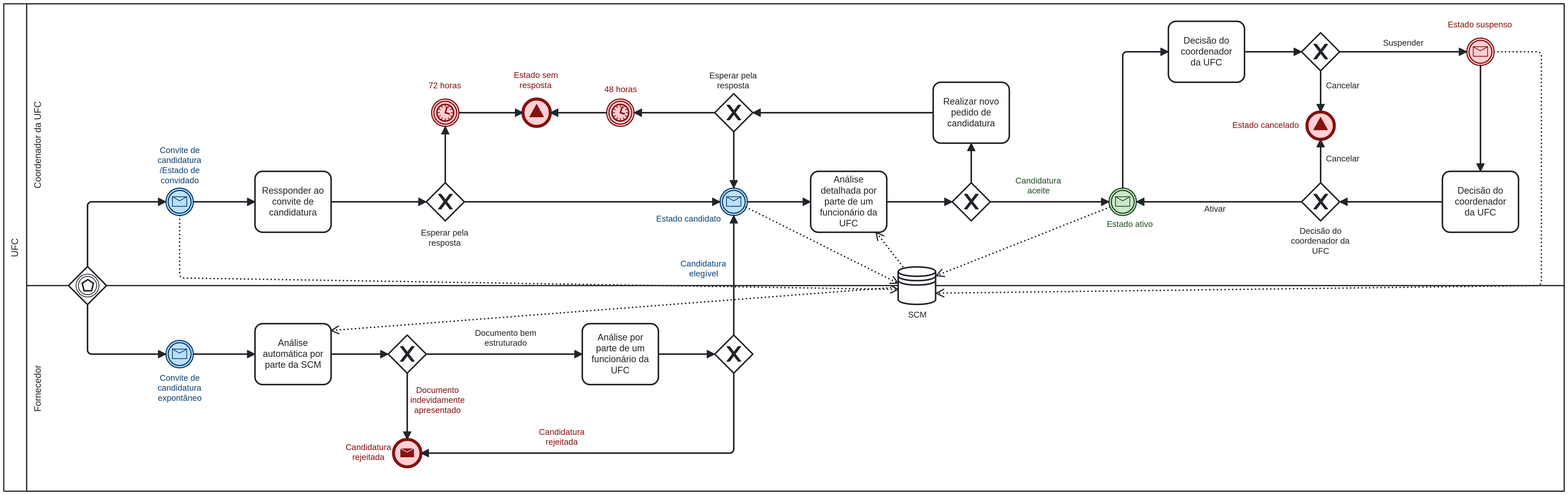
joserlopes/AMS-SuperShop keeps this BPMN diagram as P1.png. Above is the earlier version. Its source is kept beside it as P1.bpmn. Ids are renumbered.
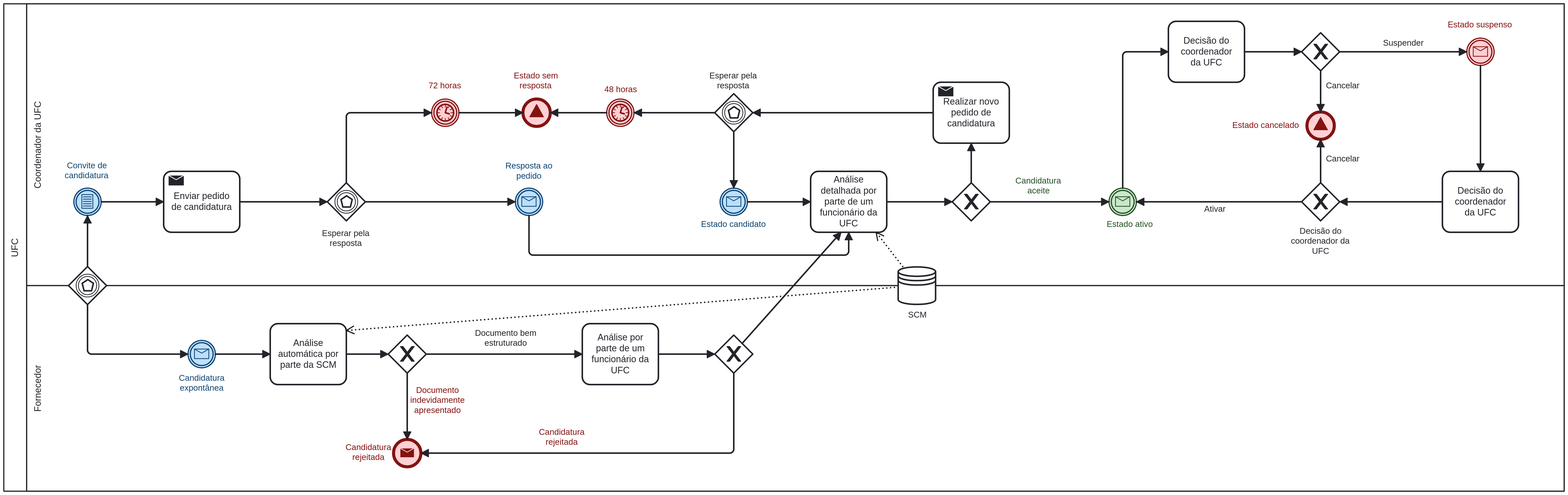
Later version of the same file.

Commit message:
P1 pretty much done.

Change to the diagram source:
```diff
@@ -1,2 +1,2 @@
-<bpmn:definitions xmlns:bpmn="http://www.omg.org/spec/BPMN/20100524/MODEL" xmlns:bpmndi="http://www.omg.org/spec/BPMN/20100524/DI" xmlns:dc="http://www.omg.org/spec/DD/20100524/DC" xmlns:camunda="http://camunda.org/schema/1.0/bpmn" xmlns:di="http://www.omg.org/spec/DD/20100524/DI" xmlns:bioc="http://bpmn.io/schema/bpmn/biocolor/1.0" xmlns:color="http://www.omg.org/spec/BPMN/non-normative/color/1.0" xmlns:modeler="http://camunda.org/schema/modeler/1.0" id="Definitions_n1" targetNamespace="http://bpmn.io/schema/bpmn" exporter="Camunda Modeler" exporterVersion="5.17.0" modeler:executionPlatform="Camunda Platform" modeler:executionPlatformVersion="7.20.0">
+<bpmn:definitions xmlns:bpmn="http://www.omg.org/spec/BPMN/20100524/MODEL" xmlns:bpmndi="http://www.omg.org/spec/BPMN/20100524/DI" xmlns:dc="http://www.omg.org/spec/DD/20100524/DC" xmlns:camunda="http://camunda.org/schema/1.0/bpmn" xmlns:di="http://www.omg.org/spec/DD/20100524/DI" xmlns:bioc="http://bpmn.io/schema/bpmn/biocolor/1.0" xmlns:color="http://www.omg.org/spec/BPMN/non-normative/color/1.0" xmlns:xsi="http://www.w3.org/2001/XMLSchema-instance" xmlns:modeler="http://camunda.org/schema/modeler/1.0" id="Definitions_n1" targetNamespace="http://bpmn.io/schema/bpmn" exporter="Camunda Modeler" exporterVersion="5.17.0" modeler:executionPlatform="Camunda Platform" modeler:executionPlatformVersion="7.20.0">
   <bpmn:collaboration id="Collaboration_n2">
@@ -7,4 +7,2 @@
       <bpmn:lane id="Lane_n6" name="Fornecedor">
-        <bpmn:flowNodeRef>Event_n7</bpmn:flowNodeRef>
-        <bpmn:flowNodeRef>Activity_n8</bpmn:flowNodeRef>
         <bpmn:flowNodeRef>Activity_n9</bpmn:flowNodeRef>
@@ -13,2 +11,4 @@
         <bpmn:flowNodeRef>Event_n12</bpmn:flowNodeRef>
+        <bpmn:flowNodeRef>Activity_n8</bpmn:flowNodeRef>
+        <bpmn:flowNodeRef>Event_n7</bpmn:flowNodeRef>
       </bpmn:lane>
@@ -19,10 +19,5 @@
         <bpmn:flowNodeRef>Event_n17</bpmn:flowNodeRef>
-        <bpmn:flowNodeRef>Gateway_n18</bpmn:flowNodeRef>
         <bpmn:flowNodeRef>Event_n19</bpmn:flowNodeRef>
-        <bpmn:flowNodeRef>Gateway_n20</bpmn:flowNodeRef>
         <bpmn:flowNodeRef>Gateway_n21</bpmn:flowNodeRef>
         <bpmn:flowNodeRef>Event_n22</bpmn:flowNodeRef>
-        <bpmn:flowNodeRef>Activity_n23</bpmn:flowNodeRef>
-        <bpmn:flowNodeRef>Activity_n24</bpmn:flowNodeRef>
-        <bpmn:flowNodeRef>StartEvent_1</bpmn:flowNodeRef>
         <bpmn:flowNodeRef>Activity_n25</bpmn:flowNodeRef>
@@ -33,18 +28,10 @@
         <bpmn:flowNodeRef>Activity_n30</bpmn:flowNodeRef>
+        <bpmn:flowNodeRef>Gateway_n18</bpmn:flowNodeRef>
+        <bpmn:flowNodeRef>Activity_n24</bpmn:flowNodeRef>
+        <bpmn:flowNodeRef>StartEvent_1</bpmn:flowNodeRef>
+        <bpmn:flowNodeRef>Activity_n23</bpmn:flowNodeRef>
+        <bpmn:flowNodeRef>Gateway_n20</bpmn:flowNodeRef>
+        <bpmn:flowNodeRef>Event_n81</bpmn:flowNodeRef>
       </bpmn:lane>
     </bpmn:laneSet>
-    <bpmn:intermediateCatchEvent id="Event_n7" name="Convite de candidatura expontâneo">
-      <bpmn:incoming>Flow_n31</bpmn:incoming>
-      <bpmn:outgoing>Flow_n32</bpmn:outgoing>
-      <bpmn:messageEventDefinition id="MessageEventDefinition_n33" />
-    </bpmn:intermediateCatchEvent>
-    <bpmn:task id="Activity_n8" name="Análise automática por parte da SCM">
-      <bpmn:incoming>Flow_n32</bpmn:incoming>
-      <bpmn:outgoing>Flow_n34</bpmn:outgoing>
-      <bpmn:property id="Property_n35" name="__targetRef_placeholder" />
-      <bpmn:dataInputAssociation id="DataInputAssociation_n36">
-        <bpmn:sourceRef>DataStoreReference_n37</bpmn:sourceRef>
-        <bpmn:targetRef>Property_n35</bpmn:targetRef>
-      </bpmn:dataInputAssociation>
-    </bpmn:task>
     <bpmn:task id="Activity_n9" name="Análise por parte de um funcionário da UFC">
@@ -56,3 +43,3 @@
       <bpmn:outgoing>Flow_n40</bpmn:outgoing>
-      <bpmn:outgoing>Flow_n41</bpmn:outgoing>
+      <bpmn:outgoing>Flow_n82</bpmn:outgoing>
     </bpmn:exclusiveGateway>
@@ -74,7 +61,7 @@
     <bpmn:sequenceFlow id="Flow_n40" name="Candidatura rejeitada" sourceRef="Gateway_n10" targetRef="Event_n12" />
-    <bpmn:sequenceFlow id="Flow_n41" name="Candidatura elegível" sourceRef="Gateway_n10" targetRef="Event_n15" />
     <bpmn:sequenceFlow id="Flow_n42" name="Documento indevidamente apresentado" sourceRef="Gateway_n11" targetRef="Event_n12" />
-    <bpmn:sequenceFlow id="Flow_n45" sourceRef="Gateway_n44" targetRef="StartEvent_1" />
     <bpmn:task id="Activity_n14" name="Análise detalhada por parte de um funcionário da UFC">
       <bpmn:incoming>Flow_n46</bpmn:incoming>
+      <bpmn:incoming>Flow_n83</bpmn:incoming>
+      <bpmn:incoming>Flow_n82</bpmn:incoming>
       <bpmn:outgoing>Flow_n47</bpmn:outgoing>
@@ -87,9 +74,4 @@
     <bpmn:intermediateCatchEvent id="Event_n15" name="Estado candidato">
-      <bpmn:incoming>Flow_n50</bpmn:incoming>
       <bpmn:incoming>Flow_n51</bpmn:incoming>
-      <bpmn:incoming>Flow_n41</bpmn:incoming>
       <bpmn:outgoing>Flow_n46</bpmn:outgoing>
-      <bpmn:dataOutputAssociation id="DataOutputAssociation_n52">
-        <bpmn:targetRef>DataStoreReference_n37</bpmn:targetRef>
-      </bpmn:dataOutputAssociation>
       <bpmn:messageEventDefinition id="MessageEventDefinition_n53" />
@@ -106,7 +88,2 @@
     </bpmn:intermediateCatchEvent>
-    <bpmn:exclusiveGateway id="Gateway_n18" name="Esperar pela resposta">
-      <bpmn:incoming>Flow_n59</bpmn:incoming>
-      <bpmn:outgoing>Flow_n60</bpmn:outgoing>
-      <bpmn:outgoing>Flow_n51</bpmn:outgoing>
-    </bpmn:exclusiveGateway>
     <bpmn:intermediateCatchEvent id="Event_n19" name="48 horas">
@@ -116,7 +93,2 @@
     </bpmn:intermediateCatchEvent>
-    <bpmn:exclusiveGateway id="Gateway_n20" name="Esperar pela resposta">
-      <bpmn:incoming>Flow_n62</bpmn:incoming>
-      <bpmn:outgoing>Flow_n50</bpmn:outgoing>
-      <bpmn:outgoing>Flow_n57</bpmn:outgoing>
-    </bpmn:exclusiveGateway>
     <bpmn:exclusiveGateway id="Gateway_n21">
@@ -130,22 +102,3 @@
       <bpmn:outgoing>Flow_n66</bpmn:outgoing>
-      <bpmn:dataOutputAssociation id="DataOutputAssociation_n67">
-        <bpmn:targetRef>DataStoreReference_n37</bpmn:targetRef>
-      </bpmn:dataOutputAssociation>
       <bpmn:messageEventDefinition id="MessageEventDefinition_n68" />
-    </bpmn:intermediateCatchEvent>
-    <bpmn:task id="Activity_n23" name="Ressponder ao convite de candidatura">
-      <bpmn:incoming>Flow_n69</bpmn:incoming>
-      <bpmn:outgoing>Flow_n62</bpmn:outgoing>
-    </bpmn:task>
-    <bpmn:task id="Activity_n24" name="Realizar novo pedido de candidatura">
-      <bpmn:incoming>Flow_n64</bpmn:incoming>
-      <bpmn:outgoing>Flow_n59</bpmn:outgoing>
-    </bpmn:task>
-    <bpmn:intermediateCatchEvent id="StartEvent_1" name="Convite de candidatura /Estado de convidado">
-      <bpmn:incoming>Flow_n45</bpmn:incoming>
-      <bpmn:outgoing>Flow_n69</bpmn:outgoing>
-      <bpmn:dataOutputAssociation id="DataOutputAssociation_n70">
-        <bpmn:targetRef>DataStoreReference_n37</bpmn:targetRef>
-      </bpmn:dataOutputAssociation>
-      <bpmn:messageEventDefinition id="MessageEventDefinition_n71" />
     </bpmn:intermediateCatchEvent>
@@ -153,4 +106,2 @@
     <bpmn:sequenceFlow id="Flow_n47" sourceRef="Activity_n14" targetRef="Gateway_n21" />
-    <bpmn:sequenceFlow id="Flow_n50" sourceRef="Gateway_n20" targetRef="Event_n15" />
-    <bpmn:sequenceFlow id="Flow_n51" sourceRef="Gateway_n18" targetRef="Event_n15" />
     <bpmn:sequenceFlow id="Flow_n54" sourceRef="Event_n17" targetRef="Event_n16" />
@@ -160,3 +111,2 @@
     <bpmn:sequenceFlow id="Flow_n60" sourceRef="Gateway_n18" targetRef="Event_n19" />
-    <bpmn:sequenceFlow id="Flow_n62" sourceRef="Activity_n23" targetRef="Gateway_n20" />
     <bpmn:sequenceFlow id="Flow_n63" name="Candidatura aceite" sourceRef="Gateway_n21" targetRef="Event_n22" />
@@ -189,5 +139,2 @@
       <bpmn:outgoing>Flow_n78</bpmn:outgoing>
-      <bpmn:dataOutputAssociation id="DataOutputAssociation_n79">
-        <bpmn:targetRef>DataStoreReference_n37</bpmn:targetRef>
-      </bpmn:dataOutputAssociation>
       <bpmn:messageEventDefinition id="MessageEventDefinition_n80" />
@@ -205,5 +152,55 @@
     <bpmn:eventBasedGateway id="Gateway_n44">
-      <bpmn:outgoing>Flow_n45</bpmn:outgoing>
       <bpmn:outgoing>Flow_n31</bpmn:outgoing>
+      <bpmn:outgoing>Flow_n84</bpmn:outgoing>
     </bpmn:eventBasedGateway>
+    <bpmn:eventBasedGateway id="Gateway_n18" name="Esperar pela resposta">
+      <bpmn:incoming>Flow_n59</bpmn:incoming>
+      <bpmn:outgoing>Flow_n60</bpmn:outgoing>
+      <bpmn:outgoing>Flow_n51</bpmn:outgoing>
+    </bpmn:eventBasedGateway>
+    <bpmn:sendTask id="Activity_n24" name="Realizar novo pedido de candidatura">
+      <bpmn:incoming>Flow_n64</bpmn:incoming>
+      <bpmn:outgoing>Flow_n59</bpmn:outgoing>
+    </bpmn:sendTask>
+    <bpmn:sequenceFlow id="Flow_n84" sourceRef="Gateway_n44" targetRef="StartEvent_1" />
+    <bpmn:intermediateCatchEvent id="StartEvent_1" name="Convite de candidatura">
+      <bpmn:incoming>Flow_n84</bpmn:incoming>
+      <bpmn:outgoing>Flow_n69</bpmn:outgoing>
+      <bpmn:conditionalEventDefinition id="ConditionalEventDefinition_n85">
+        <bpmn:condition xsi:type="bpmn:tFormalExpression" />
+      </bpmn:conditionalEventDefinition>
+    </bpmn:intermediateCatchEvent>
+    <bpmn:task id="Activity_n8" name="Análise automática por parte da SCM">
+      <bpmn:incoming>Flow_n32</bpmn:incoming>
+      <bpmn:outgoing>Flow_n34</bpmn:outgoing>
+      <bpmn:property id="Property_n35" name="__targetRef_placeholder" />
+      <bpmn:dataInputAssociation id="DataInputAssociation_n36">
+        <bpmn:sourceRef>DataStoreReference_n37</bpmn:sourceRef>
+        <bpmn:targetRef>Property_n35</bpmn:targetRef>
+      </bpmn:dataInputAssociation>
+    </bpmn:task>
+    <bpmn:sequenceFlow id="Flow_n86" sourceRef="Activity_n23" targetRef="Gateway_n20" />
+    <bpmn:sendTask id="Activity_n23" name="Enviar pedido de candidatura">
+      <bpmn:incoming>Flow_n69</bpmn:incoming>
+      <bpmn:outgoing>Flow_n86</bpmn:outgoing>
+    </bpmn:sendTask>
+    <bpmn:intermediateCatchEvent id="Event_n7" name="Candidatura expontânea">
+      <bpmn:incoming>Flow_n31</bpmn:incoming>
+      <bpmn:outgoing>Flow_n32</bpmn:outgoing>
+      <bpmn:messageEventDefinition id="MessageEventDefinition_n33" />
+    </bpmn:intermediateCatchEvent>
+    <bpmn:sequenceFlow id="Flow_n51" sourceRef="Gateway_n18" targetRef="Event_n15" />
+    <bpmn:eventBasedGateway id="Gateway_n20" name="Esperar pela resposta">
+      <bpmn:incoming>Flow_n86</bpmn:incoming>
+      <bpmn:outgoing>Flow_n57</bpmn:outgoing>
+      <bpmn:outgoing>Flow_n87</bpmn:outgoing>
+    </bpmn:eventBasedGateway>
+    <bpmn:sequenceFlow id="Flow_n87" sourceRef="Gateway_n20" targetRef="Event_n81" />
+    <bpmn:intermediateCatchEvent id="Event_n81" name="Resposta ao pedido">
+      <bpmn:incoming>Flow_n87</bpmn:incoming>
+      <bpmn:outgoing>Flow_n83</bpmn:outgoing>
+      <bpmn:messageEventDefinition id="MessageEventDefinition_n88" />
+    </bpmn:intermediateCatchEvent>
+    <bpmn:sequenceFlow id="Flow_n83" sourceRef="Event_n81" targetRef="Activity_n14" />
+    <bpmn:sequenceFlow id="Flow_n82" sourceRef="Gateway_n10" targetRef="Activity_n14" />
   </bpmn:process>
@@ -215,6 +212,2 @@
       </bpmndi:BPMNShape>
-      <bpmndi:BPMNShape id="Lane_n6_di" bpmnElement="Lane_n6" isHorizontal="true">
-        <dc:Bounds x="190" y="490" width="2020" height="270" />
-        <bpmndi:BPMNLabel />
-      </bpmndi:BPMNShape>
       <bpmndi:BPMNShape id="Lane_n13_di" bpmnElement="Lane_n13" isHorizontal="true">
@@ -223,10 +216,4 @@
       </bpmndi:BPMNShape>
-      <bpmndi:BPMNShape id="Event_1tdvj25_di" bpmnElement="Event_n7" bioc:stroke="#0d4372" bioc:fill="#bbdefb" color:background-color="#bbdefb" color:border-color="#0d4372">
-        <dc:Bounds x="373" y="562" width="36" height="36" />
-        <bpmndi:BPMNLabel>
-          <dc:Bounds x="362" y="605" width="59" height="40" />
-        </bpmndi:BPMNLabel>
-      </bpmndi:BPMNShape>
-      <bpmndi:BPMNShape id="Activity_n8_di" bpmnElement="Activity_n8">
-        <dc:Bounds x="490" y="540" width="100" height="80" />
+      <bpmndi:BPMNShape id="Lane_n6_di" bpmnElement="Lane_n6" isHorizontal="true">
+        <dc:Bounds x="190" y="490" width="2020" height="270" />
         <bpmndi:BPMNLabel />
@@ -256,3 +243,3 @@
         <bpmndi:BPMNLabel>
-          <dc:Bounds x="1017" y="396" width="86" height="14" />
+          <dc:Bounds x="1076" y="403" width="86" height="14" />
         </bpmndi:BPMNLabel>
@@ -271,8 +258,2 @@
       </bpmndi:BPMNShape>
-      <bpmndi:BPMNShape id="Gateway_n18_di" bpmnElement="Gateway_n18" isMarkerVisible="true">
-        <dc:Bounds x="1094" y="238" width="50" height="50" />
-        <bpmndi:BPMNLabel>
-          <dc:Bounds x="1087" y="208" width="64" height="27" />
-        </bpmndi:BPMNLabel>
-      </bpmndi:BPMNShape>
       <bpmndi:BPMNShape id="Event_14m5e1r_di" bpmnElement="Event_n19" bioc:stroke="#831311" bioc:fill="#ffcdd2" color:background-color="#ffcdd2" color:border-color="#831311">
@@ -281,8 +262,2 @@
           <dc:Bounds x="949" y="226" width="44" height="14" />
-        </bpmndi:BPMNLabel>
-      </bpmndi:BPMNShape>
-      <bpmndi:BPMNShape id="Gateway_1xsefir_di" bpmnElement="Gateway_n20" isMarkerVisible="true">
-        <dc:Bounds x="715" y="355" width="50" height="50" />
-        <bpmndi:BPMNLabel>
-          <dc:Bounds x="708" y="414.5" width="64" height="27" />
         </bpmndi:BPMNLabel>
@@ -296,16 +271,2 @@
           <dc:Bounds x="1609" y="403" width="61" height="14" />
-        </bpmndi:BPMNLabel>
-      </bpmndi:BPMNShape>
-      <bpmndi:BPMNShape id="Activity_n23_di" bpmnElement="Activity_n23">
-        <dc:Bounds x="490" y="340" width="100" height="80" />
-        <bpmndi:BPMNLabel />
-      </bpmndi:BPMNShape>
-      <bpmndi:BPMNShape id="Activity_n24_di" bpmnElement="Activity_n24">
-        <dc:Bounds x="1381" y="223" width="100" height="80" />
-        <bpmndi:BPMNLabel />
-      </bpmndi:BPMNShape>
-      <bpmndi:BPMNShape id="Event_1swf7i8_di" bpmnElement="StartEvent_1" bioc:stroke="#0d4372" bioc:fill="#bbdefb" color:background-color="#bbdefb" color:border-color="#0d4372">
-        <dc:Bounds x="373" y="362" width="36" height="36" />
-        <bpmndi:BPMNLabel>
-          <dc:Bounds x="362" y="306" width="59" height="53" />
         </bpmndi:BPMNLabel>
@@ -353,2 +314,43 @@
       </bpmndi:BPMNShape>
+      <bpmndi:BPMNShape id="Gateway_19qhmq2_di" bpmnElement="Gateway_n18">
+        <dc:Bounds x="1094" y="238" width="50" height="50" />
+        <bpmndi:BPMNLabel>
+          <dc:Bounds x="1087" y="208" width="64" height="27" />
+        </bpmndi:BPMNLabel>
+      </bpmndi:BPMNShape>
+      <bpmndi:BPMNShape id="Activity_1vvp4fo_di" bpmnElement="Activity_n24">
+        <dc:Bounds x="1381" y="223" width="100" height="80" />
+      </bpmndi:BPMNShape>
+      <bpmndi:BPMNShape id="Event_1srlce8_di" bpmnElement="StartEvent_1" bioc:stroke="#0d4372" bioc:fill="#bbdefb" color:background-color="#bbdefb" color:border-color="#0d4372">
+        <dc:Bounds x="252" y="362" width="36" height="36" />
+        <bpmndi:BPMNLabel>
+          <dc:Bounds x="240" y="326" width="59" height="27" />
+        </bpmndi:BPMNLabel>
+      </bpmndi:BPMNShape>
+      <bpmndi:BPMNShape id="Activity_n8_di" bpmnElement="Activity_n8">
+        <dc:Bounds x="510" y="540" width="100" height="80" />
+        <bpmndi:BPMNLabel />
+      </bpmndi:BPMNShape>
+      <bpmndi:BPMNShape id="Activity_1u8kdul_di" bpmnElement="Activity_n23">
+        <dc:Bounds x="370" y="340" width="100" height="80" />
+        <bpmndi:BPMNLabel />
+      </bpmndi:BPMNShape>
+      <bpmndi:BPMNShape id="Event_1tdvj25_di" bpmnElement="Event_n7" bioc:stroke="#0d4372" bioc:fill="#bbdefb" color:background-color="#bbdefb" color:border-color="#0d4372">
+        <dc:Bounds x="402" y="562" width="36" height="36" />
+        <bpmndi:BPMNLabel>
+          <dc:Bounds x="390" y="605" width="61" height="27" />
+        </bpmndi:BPMNLabel>
+      </bpmndi:BPMNShape>
+      <bpmndi:BPMNShape id="Gateway_10vw59i_di" bpmnElement="Gateway_n20">
+        <dc:Bounds x="585" y="355" width="50" height="50" />
+        <bpmndi:BPMNLabel>
+          <dc:Bounds x="578" y="415" width="64" height="27" />
+        </bpmndi:BPMNLabel>
+      </bpmndi:BPMNShape>
+      <bpmndi:BPMNShape id="Event_n81_di" bpmnElement="Event_n81" bioc:stroke="#0d4372" bioc:fill="#bbdefb" color:background-color="#bbdefb" color:border-color="#0d4372">
+        <dc:Bounds x="832" y="362" width="36" height="36" />
+        <bpmndi:BPMNLabel>
+          <dc:Bounds x="819" y="326.5" width="62" height="27" />
+        </bpmndi:BPMNLabel>
+      </bpmndi:BPMNShape>
       <bpmndi:BPMNEdge id="Flow_n31_di" bpmnElement="Flow_n31">
@@ -356,10 +358,10 @@
         <di:waypoint x="270" y="580" />
-        <di:waypoint x="373" y="580" />
+        <di:waypoint x="402" y="580" />
       </bpmndi:BPMNEdge>
       <bpmndi:BPMNEdge id="Flow_n32_di" bpmnElement="Flow_n32">
-        <di:waypoint x="409" y="580" />
-        <di:waypoint x="490" y="580" />
+        <di:waypoint x="438" y="580" />
+        <di:waypoint x="510" y="580" />
       </bpmndi:BPMNEdge>
       <bpmndi:BPMNEdge id="Flow_n34_di" bpmnElement="Flow_n34">
-        <di:waypoint x="590" y="580" />
+        <di:waypoint x="610" y="580" />
         <di:waypoint x="665" y="580" />
@@ -385,9 +387,2 @@
       </bpmndi:BPMNEdge>
-      <bpmndi:BPMNEdge id="Flow_n41_di" bpmnElement="Flow_n41">
-        <di:waypoint x="1119" y="555" />
-        <di:waypoint x="1119" y="398" />
-        <bpmndi:BPMNLabel color:color="#0d4372">
-          <dc:Bounds x="1049" y="455" width="61" height="27" />
-        </bpmndi:BPMNLabel>
-      </bpmndi:BPMNEdge>
       <bpmndi:BPMNEdge id="Flow_n42_di" bpmnElement="Flow_n42">
@@ -398,7 +393,2 @@
         </bpmndi:BPMNLabel>
-      </bpmndi:BPMNEdge>
-      <bpmndi:BPMNEdge id="Flow_n45_di" bpmnElement="Flow_n45">
-        <di:waypoint x="270" y="465" />
-        <di:waypoint x="270" y="380" />
-        <di:waypoint x="373" y="380" />
       </bpmndi:BPMNEdge>
@@ -411,6 +401,2 @@
         <di:waypoint x="1406" y="380" />
-      </bpmndi:BPMNEdge>
-      <bpmndi:BPMNEdge id="Flow_n50_di" bpmnElement="Flow_n50">
-        <di:waypoint x="765" y="380" />
-        <di:waypoint x="1101" y="380" />
       </bpmndi:BPMNEdge>
@@ -429,4 +415,5 @@
       <bpmndi:BPMNEdge id="Flow_n57_di" bpmnElement="Flow_n57">
-        <di:waypoint x="740" y="355" />
-        <di:waypoint x="740" y="281" />
+        <di:waypoint x="610" y="355" />
+        <di:waypoint x="610" y="263" />
+        <di:waypoint x="722" y="263" />
       </bpmndi:BPMNEdge>
@@ -439,6 +426,2 @@
         <di:waypoint x="988" y="263" />
-      </bpmndi:BPMNEdge>
-      <bpmndi:BPMNEdge id="Flow_n62_di" bpmnElement="Flow_n62">
-        <di:waypoint x="590" y="380" />
-        <di:waypoint x="715" y="380" />
       </bpmndi:BPMNEdge>
@@ -472,4 +455,4 @@
       <bpmndi:BPMNEdge id="Flow_n69_di" bpmnElement="Flow_n69">
-        <di:waypoint x="409" y="380" />
-        <di:waypoint x="490" y="380" />
+        <di:waypoint x="288" y="380" />
+        <di:waypoint x="370" y="380" />
       </bpmndi:BPMNEdge>
@@ -504,24 +487,27 @@
       </bpmndi:BPMNEdge>
+      <bpmndi:BPMNEdge id="Flow_n84_di" bpmnElement="Flow_n84">
+        <di:waypoint x="270" y="465" />
+        <di:waypoint x="270" y="398" />
+      </bpmndi:BPMNEdge>
+      <bpmndi:BPMNEdge id="Flow_n86_di" bpmnElement="Flow_n86">
+        <di:waypoint x="470" y="380" />
+        <di:waypoint x="585" y="380" />
+      </bpmndi:BPMNEdge>
+      <bpmndi:BPMNEdge id="Flow_n87_di" bpmnElement="Flow_n87">
+        <di:waypoint x="635" y="380" />
+        <di:waypoint x="832" y="380" />
+      </bpmndi:BPMNEdge>
+      <bpmndi:BPMNEdge id="Flow_n83_di" bpmnElement="Flow_n83">
+        <di:waypoint x="850" y="398" />
+        <di:waypoint x="850" y="450" />
+        <di:waypoint x="1270" y="450" />
+        <di:waypoint x="1270" y="420" />
+      </bpmndi:BPMNEdge>
+      <bpmndi:BPMNEdge id="Flow_n82_di" bpmnElement="Flow_n82">
+        <di:waypoint x="1130" y="566" />
+        <di:waypoint x="1260" y="420" />
+      </bpmndi:BPMNEdge>
       <bpmndi:BPMNEdge id="DataInputAssociation_n36_di" bpmnElement="DataInputAssociation_n36">
         <di:waypoint x="1335" y="492" />
-        <di:waypoint x="590" y="549" />
-      </bpmndi:BPMNEdge>
-      <bpmndi:BPMNEdge id="DataOutputAssociation_n52_di" bpmnElement="DataOutputAssociation_n52">
-        <di:waypoint x="1135" y="387" />
-        <di:waypoint x="1335" y="487" />
-      </bpmndi:BPMNEdge>
-      <bpmndi:BPMNEdge id="DataOutputAssociation_n67_di" bpmnElement="DataOutputAssociation_n67">
-        <di:waypoint x="1613" y="387" />
-        <di:waypoint x="1385" y="477" />
-      </bpmndi:BPMNEdge>
-      <bpmndi:BPMNEdge id="DataOutputAssociation_n79_di" bpmnElement="DataOutputAssociation_n79">
-        <di:waypoint x="2118" y="183" />
-        <di:waypoint x="2180" y="183" />
-        <di:waypoint x="2180" y="490" />
-        <di:waypoint x="1385" y="500" />
-      </bpmndi:BPMNEdge>
-      <bpmndi:BPMNEdge id="DataOutputAssociation_n70_di" bpmnElement="DataOutputAssociation_n70">
-        <di:waypoint x="391" y="398" />
-        <di:waypoint x="391" y="480" />
-        <di:waypoint x="1335" y="495" />
+        <di:waypoint x="610" y="549" />
       </bpmndi:BPMNEdge>
```
